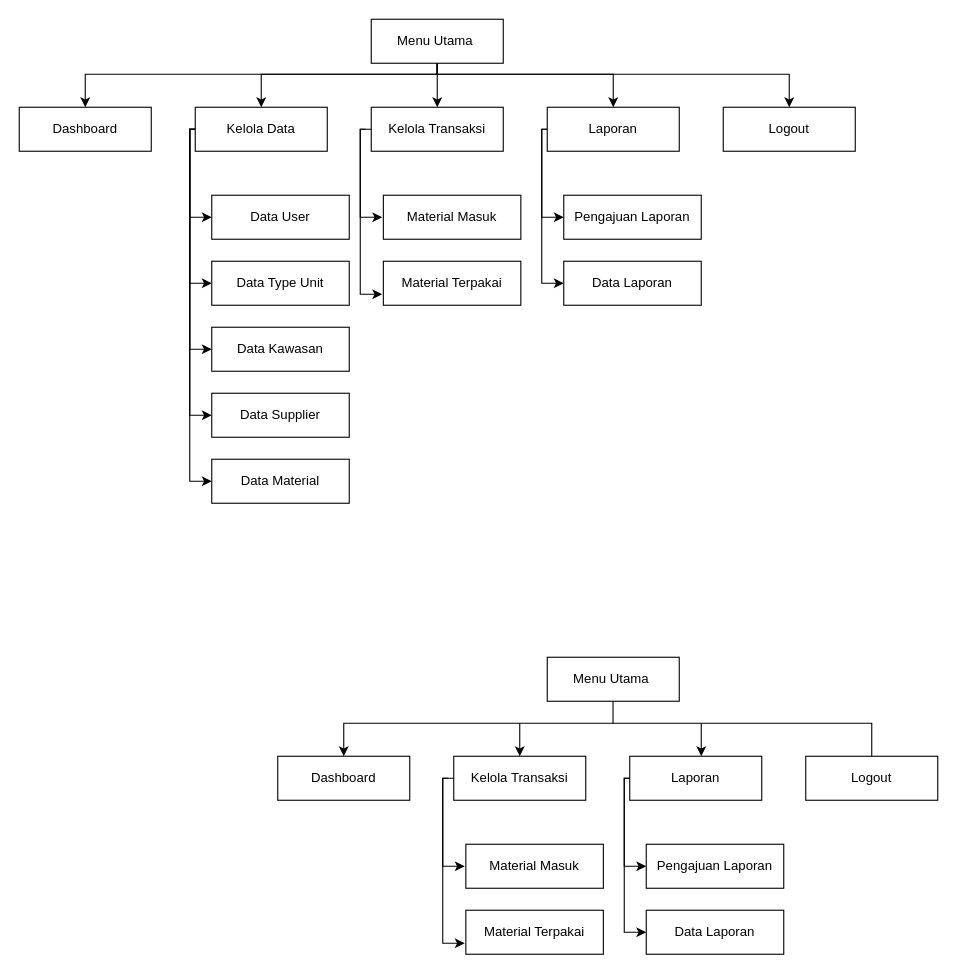
Above: page "MAIN MENU" (7 of 15) of sequence_diagram_login_logout.drawio in massbudii/Medina-Residence (draw.io), before the change. Source tidied: cells renumbered, new cells numbered last; positions are measured from the earlier drawing's top-left corner, leaving out a move shared by most shapes. Both pictures are drawn from the tidied source at 110%, with x=0, y=0 at pixel (19, 19).
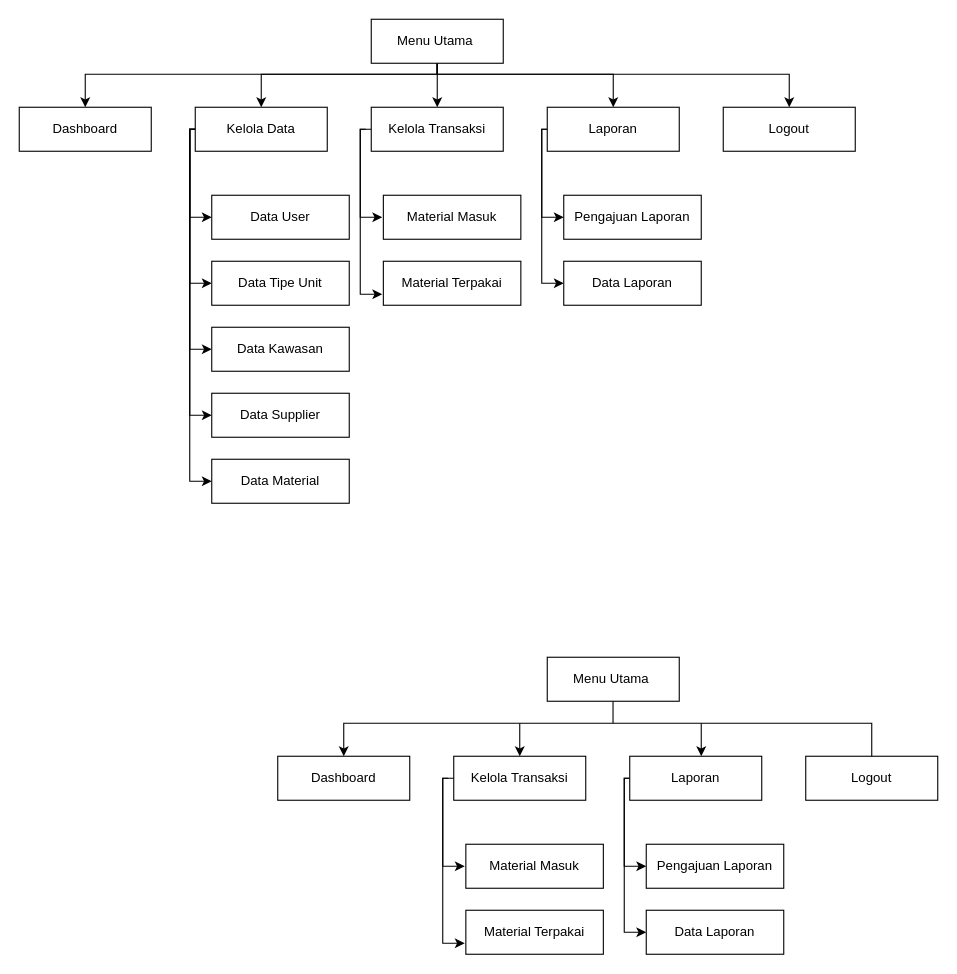
After the change.

Change to the diagram source:
```diff
@@
-    <mxCell id="16" value="Data Type Unit" style="rounded=0;whiteSpace=wrap;html=1;" parent="1" vertex="1">
+    <mxCell id="16" value="Data Tipe Unit" style="rounded=0;whiteSpace=wrap;html=1;" parent="1" vertex="1">
       <mxGeometry x="175" y="220" width="125" height="40" as="geometry" />
     </mxCell>
```
